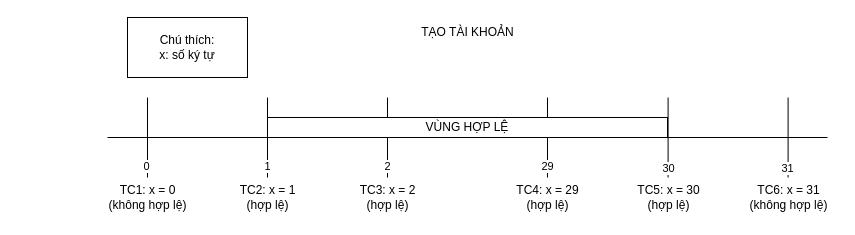
Above: page "Page-3" (3 of 4) of KTPM.drawio in lmv2004/identify-service (draw.io), before the change. Source tidied: cells renumbered, new cells numbered last; positions are measured from the earlier drawing's top-left corner, leaving out a move shared by most shapes. Both pictures are drawn from the tidied source at 100%, with x=0, y=0 at pixel (97, 17).
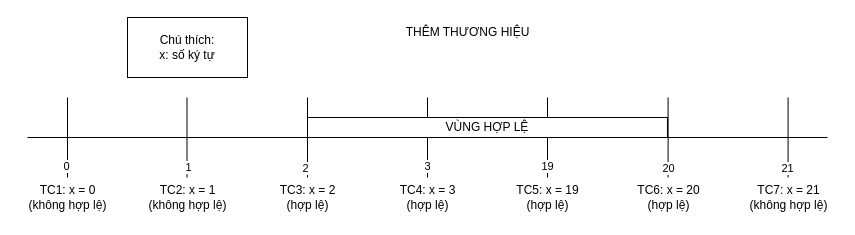
The same page after the edit.

The change refers to these unchanged cells:
```xml
<mxCell id="9" style="endArrow=none;html=1;rounded=0;" parent="1" edge="1">
  <mxGeometry relative="1" as="geometry">
    <mxPoint x="450" y="160" as="sourcePoint" />
    <mxPoint x="450" y="80" as="targetPoint" />
  </mxGeometry>
</mxCell>
<mxCell id="11" style="endArrow=none;html=1;rounded=0;" parent="1" edge="1">
  <mxGeometry relative="1" as="geometry">
    <mxPoint x="570.6" y="160" as="sourcePoint" />
    <mxPoint x="570.6" y="80" as="targetPoint" />
  </mxGeometry>
</mxCell>
<mxCell id="13" style="endArrow=none;html=1;rounded=0;" parent="1" edge="1">
  <mxGeometry relative="1" as="geometry">
    <mxPoint x="690.6" y="160" as="sourcePoint" />
    <mxPoint x="690.6" y="80" as="targetPoint" />
  </mxGeometry>
</mxCell>
```

The edit, as a diff of the source:
```diff
@@
     <mxCell id="2" style="endArrow=none;html=1;rounded=0;" parent="1" edge="1">
       <mxGeometry relative="1" as="geometry">
-        <mxPoint x="10" y="120" as="sourcePoint" />
+        <mxPoint x="-70" y="120" as="sourcePoint" />
         <mxPoint x="730" y="120" as="targetPoint" />
       </mxGeometry>
     </mxCell>
     <mxCell id="3" style="endArrow=none;html=1;rounded=0;" parent="1" edge="1">
       <mxGeometry relative="1" as="geometry">
-        <mxPoint x="290" y="160" as="sourcePoint" />
-        <mxPoint x="290" y="80" as="targetPoint" />
+        <mxPoint x="330" y="160" as="sourcePoint" />
+        <mxPoint x="330" y="80" as="targetPoint" />
       </mxGeometry>
     </mxCell>
-    <mxCell id="4" value="2" style="edgeLabel;html=1;align=center;verticalAlign=middle;" parent="3" vertex="1">
+    <mxCell id="4" value="3" style="edgeLabel;html=1;align=center;verticalAlign=middle;" parent="3" vertex="1">
       <mxGeometry x="-0.71" y="1" relative="1" as="geometry" />
     </mxCell>
     <mxCell id="5" style="endArrow=none;html=1;rounded=0;" parent="1" edge="1">
       <mxGeometry relative="1" as="geometry">
-        <mxPoint x="50" y="160" as="sourcePoint" />
-        <mxPoint x="50" y="80" as="targetPoint" />
+        <mxPoint x="-30" y="160" as="sourcePoint" />
+        <mxPoint x="-30" y="80" as="targetPoint" />
       </mxGeometry>
     </mxCell>
@@
     <mxCell id="7" style="endArrow=none;html=1;rounded=0;" parent="1" edge="1">
       <mxGeometry relative="1" as="geometry">
-        <mxPoint x="170" y="160" as="sourcePoint" />
-        <mxPoint x="170" y="80" as="targetPoint" />
+        <mxPoint x="89.5" y="160" as="sourcePoint" />
+        <mxPoint x="89.5" y="80" as="targetPoint" />
       </mxGeometry>
     </mxCell>
     <mxCell id="8" value="1" style="edgeLabel;html=1;align=center;verticalAlign=middle;" parent="7" vertex="1">
-      <mxGeometry x="-0.71" y="1" relative="1" as="geometry" />
+      <mxGeometry x="-0.71" y="1" relative="1" as="geometry">
+        <mxPoint x="2" y="1" as="offset" />
+      </mxGeometry>
     </mxCell>
@@
-    <mxCell id="10" value="29" style="edgeLabel;html=1;align=center;verticalAlign=middle;" parent="9" vertex="1">
+    <mxCell id="10" value="19" style="edgeLabel;html=1;align=center;verticalAlign=middle;" parent="9" vertex="1">
       <mxGeometry x="-0.71" y="1" relative="1" as="geometry" />
     </mxCell>
@@
-    <mxCell id="12" value="30" style="edgeLabel;html=1;align=center;verticalAlign=middle;" parent="11" vertex="1">
+    <mxCell id="12" value="20" style="edgeLabel;html=1;align=center;verticalAlign=middle;" parent="11" vertex="1">
       <mxGeometry x="-0.65" y="2" relative="1" as="geometry">
         <mxPoint x="2" y="4" as="offset" />
       </mxGeometry>
     </mxCell>
@@
-    <mxCell id="14" value="31" style="edgeLabel;html=1;align=center;verticalAlign=middle;" parent="13" vertex="1">
+    <mxCell id="14" value="21" style="edgeLabel;html=1;align=center;verticalAlign=middle;" parent="13" vertex="1">
       <mxGeometry x="-0.59" y="1" relative="1" as="geometry">
         <mxPoint y="6" as="offset" />
       </mxGeometry>
     </mxCell>
     <mxCell id="15" value="VÙNG HỢP LỆ" style="rounded=0;whiteSpace=wrap;html=1;" parent="1" vertex="1">
-      <mxGeometry x="170" y="100" width="400" height="20" as="geometry" />
+      <mxGeometry x="210" y="100" width="360" height="20" as="geometry" />
     </mxCell>
-    <mxCell id="16" value="TẠO TÀI KHOẢN" style="text;html=1;align=center;verticalAlign=middle;strokeColor=none;fillColor=none;" parent="1" vertex="1">
-      <mxGeometry x="310" width="120" height="30" as="geometry" />
+    <mxCell id="16" value="THÊM THƯƠNG HIỆU" style="text;html=1;align=center;verticalAlign=middle;strokeColor=none;fillColor=none;" parent="1" vertex="1">
+      <mxGeometry x="295" width="150" height="30" as="geometry" />
     </mxCell>
@@
     <mxCell id="18" value="TC1: x = 0&lt;br&gt;(không hợp lệ)" style="text;html=1;align=center;verticalAlign=middle;strokeColor=none;fillColor=none;" parent="1" vertex="1">
-      <mxGeometry y="160" width="100" height="40" as="geometry" />
+      <mxGeometry x="-80" y="160" width="100" height="40" as="geometry" />
     </mxCell>
-    <mxCell id="19" value="TC2: x = 1&lt;br&gt;(hợp lệ)" style="text;html=1;align=center;verticalAlign=middle;strokeColor=none;fillColor=none;" parent="1" vertex="1">
-      <mxGeometry x="130" y="160" width="80" height="40" as="geometry" />
+    <mxCell id="19" value="TC2: x = 1&lt;br&gt;(không hợp lệ)" style="text;html=1;align=center;verticalAlign=middle;strokeColor=none;fillColor=none;" parent="1" vertex="1">
+      <mxGeometry x="40" y="160" width="100" height="40" as="geometry" />
     </mxCell>
-    <mxCell id="20" value="TC3: x = 2&lt;br&gt;(hợp lệ)" style="text;html=1;align=center;verticalAlign=middle;strokeColor=none;fillColor=none;" parent="1" vertex="1">
-      <mxGeometry x="250" y="160" width="80" height="40" as="geometry" />
+    <mxCell id="20" value="TC4: x = 3&lt;br&gt;(hợp lệ)" style="text;html=1;align=center;verticalAlign=middle;strokeColor=none;fillColor=none;" parent="1" vertex="1">
+      <mxGeometry x="290" y="160" width="80" height="40" as="geometry" />
     </mxCell>
-    <mxCell id="21" value="TC4: x = 29&lt;br&gt;(hợp lệ)" style="text;html=1;align=center;verticalAlign=middle;strokeColor=none;fillColor=none;" parent="1" vertex="1">
+    <mxCell id="21" value="TC5: x = 19&lt;br&gt;(hợp lệ)" style="text;html=1;align=center;verticalAlign=middle;strokeColor=none;fillColor=none;" parent="1" vertex="1">
       <mxGeometry x="405" y="160" width="90" height="40" as="geometry" />
     </mxCell>
-    <mxCell id="22" value="TC5: x = 30&lt;br&gt;(hợp lệ)" style="text;html=1;align=center;verticalAlign=middle;strokeColor=none;fillColor=none;" parent="1" vertex="1">
+    <mxCell id="22" value="TC6: x = 20&lt;br&gt;(hợp lệ)" style="text;html=1;align=center;verticalAlign=middle;strokeColor=none;fillColor=none;" parent="1" vertex="1">
       <mxGeometry x="525.6" y="160" width="90" height="40" as="geometry" />
     </mxCell>
-    <mxCell id="23" value="TC6: x = 31&lt;br&gt;(không hợp lệ)" style="text;html=1;align=center;verticalAlign=middle;strokeColor=none;fillColor=none;" parent="1" vertex="1">
+    <mxCell id="23" value="TC7: x = 21&lt;br&gt;(không hợp lệ)" style="text;html=1;align=center;verticalAlign=middle;strokeColor=none;fillColor=none;" parent="1" vertex="1">
       <mxGeometry x="640.6" y="160" width="100" height="40" as="geometry" />
     </mxCell>
+    <mxCell id="24" value="TC3: x = 2&lt;br&gt;(hợp lệ)" style="text;html=1;align=center;verticalAlign=middle;strokeColor=none;fillColor=none;" parent="1" vertex="1">
+      <mxGeometry x="170" y="160" width="80" height="40" as="geometry" />
+    </mxCell>
+    <mxCell id="25" style="endArrow=none;html=1;rounded=0;" parent="1" edge="1">
+      <mxGeometry relative="1" as="geometry">
+        <mxPoint x="210" y="160" as="sourcePoint" />
+        <mxPoint x="210" y="80" as="targetPoint" />
+        <Array as="points">
+          <mxPoint x="210" y="120" />
+        </Array>
+      </mxGeometry>
+    </mxCell>
+    <mxCell id="26" value="2" style="edgeLabel;html=1;align=center;verticalAlign=middle;" parent="25" vertex="1">
+      <mxGeometry x="-0.73" y="3" relative="1" as="geometry">
+        <mxPoint y="1" as="offset" />
+      </mxGeometry>
+    </mxCell>
```
